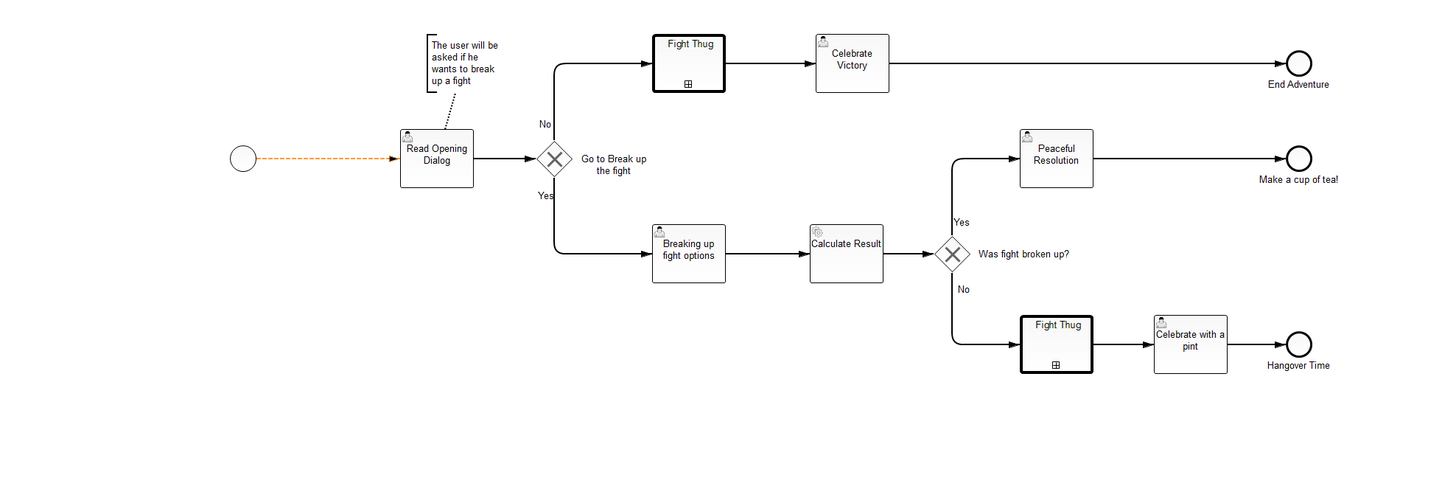
Before: src/main/resources/story-adventure.png, a diagram exported from BPMN (NPDeehan/bpmn-quest). Its source is kept beside it as src/main/resources/story-adventure.bpmn. Ids are renumbered.
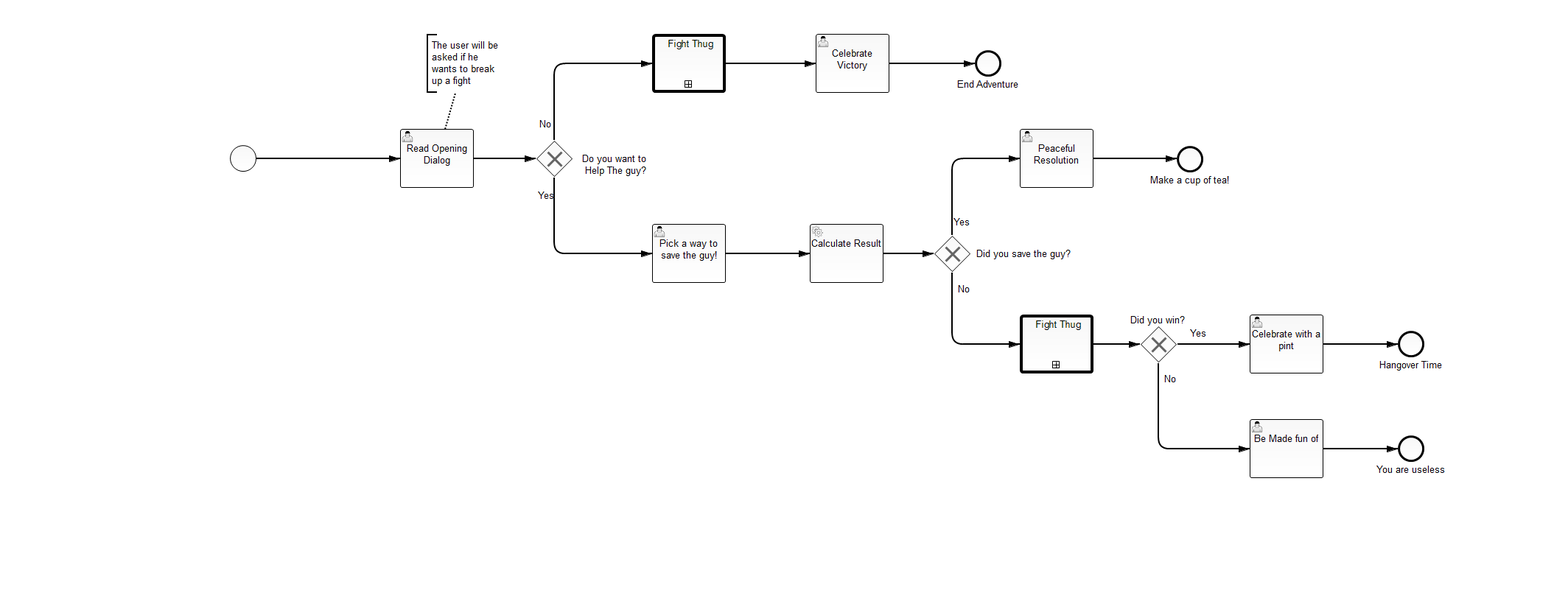
The same diagram one commit later.

Commit message:
added more story adventure stuff - :de:

The edit, as a diff of the source:
```diff
@@ -1,18 +1,25 @@
-<bpmn2:definitions xmlns:xsi="http://www.w3.org/2001/XMLSchema-instance" xmlns:bpmn2="http://www.omg.org/spec/BPMN/20100524/MODEL" xmlns:bpmndi="http://www.omg.org/spec/BPMN/20100524/DI" xmlns:dc="http://www.omg.org/spec/DD/20100524/DC" xmlns:di="http://www.omg.org/spec/DD/20100524/DI" xsi:schemaLocation="http://www.omg.org/spec/BPMN/20100524/MODEL BPMN20.xsd" id="_yEP_wEw3EeWgiPmbFRGXNA" exporter="camunda modeler" exporterVersion="2.7.0" targetNamespace="http://activiti.org/bpmn">
+<bpmn2:definitions xmlns:xsi="http://www.w3.org/2001/XMLSchema-instance" xmlns:bpmn2="http://www.omg.org/spec/BPMN/20100524/MODEL" xmlns:bpmndi="http://www.omg.org/spec/BPMN/20100524/DI" xmlns:camunda="http://activiti.org/bpmn" xmlns:dc="http://www.omg.org/spec/DD/20100524/DC" xmlns:di="http://www.omg.org/spec/DD/20100524/DI" xsi:schemaLocation="http://www.omg.org/spec/BPMN/20100524/MODEL BPMN20.xsd" id="_yEP_wEw3EeWgiPmbFRGXNA" exporter="camunda modeler" exporterVersion="2.7.0" targetNamespace="http://activiti.org/bpmn">
   <bpmn2:process id="Process_1" isExecutable="false">
     <bpmn2:userTask id="UserTask_n1" name="Read Opening Dialog">
+      <bpmn2:extensionElements>
+        <camunda:taskListener class="org.camunda.bpmn.quest.superStoryQuestOne.GenerateIntroDialog" event="create"/>
+      </bpmn2:extensionElements>
       <bpmn2:incoming>SequenceFlow_1</bpmn2:incoming>
       <bpmn2:outgoing>SequenceFlow_n2</bpmn2:outgoing>
     </bpmn2:userTask>
-    <bpmn2:exclusiveGateway id="ExclusiveGateway_n3" name="Go to Break up&#xA;the fight">
+    <bpmn2:exclusiveGateway id="ExclusiveGateway_n3" name="Do you want to&#xD;&#xA; Help The guy?">
       <bpmn2:incoming>SequenceFlow_n2</bpmn2:incoming>
       <bpmn2:outgoing>SequenceFlow_n4</bpmn2:outgoing>
       <bpmn2:outgoing>SequenceFlow_n5</bpmn2:outgoing>
     </bpmn2:exclusiveGateway>
     <bpmn2:sequenceFlow id="SequenceFlow_n2" sourceRef="UserTask_n1" targetRef="ExclusiveGateway_n3"/>
-    <bpmn2:sequenceFlow id="SequenceFlow_n4" name="No" sourceRef="ExclusiveGateway_n3" targetRef="CallActivity_n6"/>
-    <bpmn2:sequenceFlow id="SequenceFlow_n5" name="Yes" sourceRef="ExclusiveGateway_n3" targetRef="UserTask_n7"/>
-    <bpmn2:userTask id="UserTask_n7" name="Breaking up fight options">
+    <bpmn2:sequenceFlow id="SequenceFlow_n4" name="No" sourceRef="ExclusiveGateway_n3" targetRef="CallActivity_n6">
+      <bpmn2:conditionExpression xsi:type="bpmn2:tFormalExpression">#{characterChoice=='Keep Moving'}</bpmn2:conditionExpression>
+    </bpmn2:sequenceFlow>
+    <bpmn2:sequenceFlow id="SequenceFlow_n5" name="Yes" sourceRef="ExclusiveGateway_n3" targetRef="UserTask_n7">
+      <bpmn2:conditionExpression xsi:type="bpmn2:tFormalExpression">#{characterChoice=='Help'}</bpmn2:conditionExpression>
+    </bpmn2:sequenceFlow>
+    <bpmn2:userTask id="UserTask_n7" name="Pick a way to save the guy!">
       <bpmn2:incoming>SequenceFlow_n5</bpmn2:incoming>
       <bpmn2:outgoing>SequenceFlow_n8</bpmn2:outgoing>
     </bpmn2:userTask>
@@ -21,7 +28,7 @@
       <bpmn2:incoming>SequenceFlow_n8</bpmn2:incoming>
       <bpmn2:outgoing>SequenceFlow_n10</bpmn2:outgoing>
     </bpmn2:serviceTask>
-    <bpmn2:exclusiveGateway id="ExclusiveGateway_n11" name="Was fight broken up?">
+    <bpmn2:exclusiveGateway id="ExclusiveGateway_n11" name="Did you save the guy?">
       <bpmn2:incoming>SequenceFlow_n10</bpmn2:incoming>
       <bpmn2:outgoing>SequenceFlow_n12</bpmn2:outgoing>
       <bpmn2:outgoing>SequenceFlow_n13</bpmn2:outgoing>
@@ -35,19 +42,15 @@
     </bpmn2:userTask>
     <bpmn2:callActivity id="CallActivity_n15" name="Fight Thug">
       <bpmn2:incoming>SequenceFlow_n13</bpmn2:incoming>
-      <bpmn2:outgoing>SequenceFlow_n17</bpmn2:outgoing>
+      <bpmn2:outgoing>SequenceFlow_n28</bpmn2:outgoing>
     </bpmn2:callActivity>
     <bpmn2:callActivity id="CallActivity_n6" name="Fight Thug">
       <bpmn2:incoming>SequenceFlow_n4</bpmn2:incoming>
       <bpmn2:outgoing>SequenceFlow_n18</bpmn2:outgoing>
     </bpmn2:callActivity>
-    <bpmn2:sequenceFlow id="SequenceFlow_n17" sourceRef="CallActivity_n15" targetRef="UserTask_n19"/>
-    <bpmn2:endEvent id="EndEvent_n20" name="Make a cup of tea!">
-      <bpmn2:incoming>SequenceFlow_n16</bpmn2:incoming>
-    </bpmn2:endEvent>
     <bpmn2:sequenceFlow id="SequenceFlow_n16" sourceRef="UserTask_n14" targetRef="EndEvent_n20"/>
     <bpmn2:userTask id="UserTask_n19" name="Celebrate with a pint">
-      <bpmn2:incoming>SequenceFlow_n17</bpmn2:incoming>
+      <bpmn2:incoming>SequenceFlow_n29</bpmn2:incoming>
       <bpmn2:outgoing>SequenceFlow_n21</bpmn2:outgoing>
     </bpmn2:userTask>
     <bpmn2:endEvent id="EndEvent_n22" name="Hangover Time">
@@ -59,14 +62,33 @@
       <bpmn2:incoming>SequenceFlow_n18</bpmn2:incoming>
       <bpmn2:outgoing>SequenceFlow_n24</bpmn2:outgoing>
     </bpmn2:userTask>
-    <bpmn2:endEvent id="EndEvent_n25" name="End Adventure">
-      <bpmn2:incoming>SequenceFlow_n24</bpmn2:incoming>
-    </bpmn2:endEvent>
     <bpmn2:sequenceFlow id="SequenceFlow_n24" sourceRef="UserTask_n23" targetRef="EndEvent_n25"/>
     <bpmn2:startEvent id="StartEvent_1">
       <bpmn2:outgoing>SequenceFlow_1</bpmn2:outgoing>
     </bpmn2:startEvent>
     <bpmn2:sequenceFlow id="SequenceFlow_1" name="" sourceRef="StartEvent_1" targetRef="UserTask_n1"/>
+    <bpmn2:exclusiveGateway id="ExclusiveGateway_n30" name="Did you win?">
+      <bpmn2:incoming>SequenceFlow_n28</bpmn2:incoming>
+      <bpmn2:outgoing>SequenceFlow_n29</bpmn2:outgoing>
+      <bpmn2:outgoing>SequenceFlow_n31</bpmn2:outgoing>
+    </bpmn2:exclusiveGateway>
+    <bpmn2:sequenceFlow id="SequenceFlow_n28" sourceRef="CallActivity_n15" targetRef="ExclusiveGateway_n30"/>
+    <bpmn2:sequenceFlow id="SequenceFlow_n29" name="Yes" sourceRef="ExclusiveGateway_n30" targetRef="UserTask_n19"/>
+    <bpmn2:sequenceFlow id="SequenceFlow_n31" name="No" sourceRef="ExclusiveGateway_n30" targetRef="UserTask_n32"/>
+    <bpmn2:endEvent id="EndEvent_n33" name="You are useless">
+      <bpmn2:incoming>SequenceFlow_n34</bpmn2:incoming>
+    </bpmn2:endEvent>
+    <bpmn2:sequenceFlow id="SequenceFlow_n34" sourceRef="UserTask_n32" targetRef="EndEvent_n33"/>
+    <bpmn2:userTask id="UserTask_n32" name="Be Made fun of">
+      <bpmn2:incoming>SequenceFlow_n31</bpmn2:incoming>
+      <bpmn2:outgoing>SequenceFlow_n34</bpmn2:outgoing>
+    </bpmn2:userTask>
+    <bpmn2:endEvent id="EndEvent_n25" name="End Adventure">
+      <bpmn2:incoming>SequenceFlow_n24</bpmn2:incoming>
+    </bpmn2:endEvent>
+    <bpmn2:endEvent id="EndEvent_n20" name="Make a cup of tea!">
+      <bpmn2:incoming>SequenceFlow_n16</bpmn2:incoming>
+    </bpmn2:endEvent>
     <bpmn2:textAnnotation id="TextAnnotation_n26">
       <bpmn2:text>The user will be asked if he wants to break up a fight</bpmn2:text>
     </bpmn2:textAnnotation>
@@ -170,40 +192,33 @@
       <bpmndi:BPMNShape id="CallActivity_n6_di" bpmnElement="CallActivity_n6">
         <dc:Bounds height="80.0" width="100.0" x="885.329" y="46.0"/>
       </bpmndi:BPMNShape>
-      <bpmndi:BPMNEdge id="SequenceFlow_n17_di" bpmnElement="SequenceFlow_n17">
-        <di:waypoint xsi:type="dc:Point" x="1484.0" y="467.0"/>
-        <di:waypoint xsi:type="dc:Point" x="1566.0" y="467.0"/>
+      <bpmndi:BPMNShape id="EndEvent_n20_di" bpmnElement="EndEvent_n20">
+        <dc:Bounds height="36.0" width="36.0" x="1597.0" y="198.0"/>
         <bpmndi:BPMNLabel>
-          <dc:Bounds height="20.0" width="90.0" x="1480.0" y="457.0"/>
-        </bpmndi:BPMNLabel>
-      </bpmndi:BPMNEdge>
-      <bpmndi:BPMNShape id="EndEvent_n20_di" bpmnElement="EndEvent_n20">
-        <dc:Bounds height="36.0" width="36.0" x="1745.329" y="197.0"/>
-        <bpmndi:BPMNLabel>
-          <dc:Bounds height="20.0" width="90.0" x="1718.329" y="233.0"/>
+          <dc:Bounds height="22.0" width="113.0" x="1559.0" y="234.0"/>
         </bpmndi:BPMNLabel>
       </bpmndi:BPMNShape>
       <bpmndi:BPMNEdge id="SequenceFlow_n16_di" bpmnElement="SequenceFlow_n16">
         <di:waypoint xsi:type="dc:Point" x="1484.0" y="215.0"/>
-        <di:waypoint xsi:type="dc:Point" x="1745.0" y="215.0"/>
+        <di:waypoint xsi:type="dc:Point" x="1597.0" y="216.0"/>
         <bpmndi:BPMNLabel>
-          <dc:Bounds height="20.0" width="90.0" x="1491.5" y="205.0"/>
+          <dc:Bounds height="0.0" width="0.0" x="1536.0" y="205.0"/>
         </bpmndi:BPMNLabel>
       </bpmndi:BPMNEdge>
       <bpmndi:BPMNShape id="UserTask_n19_di" bpmnElement="UserTask_n19">
-        <dc:Bounds height="80.0" width="100.0" x="1566.329" y="427.0"/>
+        <dc:Bounds height="80.0" width="100.0" x="1696.0" y="427.0"/>
       </bpmndi:BPMNShape>
       <bpmndi:BPMNShape id="EndEvent_n22_di" bpmnElement="EndEvent_n22">
-        <dc:Bounds height="36.0" width="36.0" x="1745.329" y="449.0"/>
+        <dc:Bounds height="36.0" width="36.0" x="1897.0" y="449.0"/>
         <bpmndi:BPMNLabel>
-          <dc:Bounds height="20.0" width="90.0" x="1718.329" y="485.0"/>
+          <dc:Bounds height="20.0" width="90.0" x="1870.0" y="485.0"/>
         </bpmndi:BPMNLabel>
       </bpmndi:BPMNShape>
       <bpmndi:BPMNEdge id="SequenceFlow_n21_di" bpmnElement="SequenceFlow_n21">
-        <di:waypoint xsi:type="dc:Point" x="1666.0" y="467.0"/>
-        <di:waypoint xsi:type="dc:Point" x="1745.0" y="467.0"/>
+        <di:waypoint xsi:type="dc:Point" x="1796.0" y="467.0"/>
+        <di:waypoint xsi:type="dc:Point" x="1897.0" y="467.0"/>
         <bpmndi:BPMNLabel>
-          <dc:Bounds height="20.0" width="90.0" x="1660.5" y="457.0"/>
+          <dc:Bounds height="20.0" width="90.0" x="1813.0" y="457.0"/>
         </bpmndi:BPMNLabel>
       </bpmndi:BPMNEdge>
       <bpmndi:BPMNEdge id="SequenceFlow_n18_di" bpmnElement="SequenceFlow_n18">
@@ -217,22 +232,66 @@
         <dc:Bounds height="80.0" width="100.0" x="1107.329" y="46.0"/>
       </bpmndi:BPMNShape>
       <bpmndi:BPMNShape id="EndEvent_n25_di" bpmnElement="EndEvent_n25">
-        <dc:Bounds height="36.0" width="36.0" x="1745.0" y="68.0"/>
+        <dc:Bounds height="36.0" width="36.0" x="1323.0" y="68.0"/>
         <bpmndi:BPMNLabel>
-          <dc:Bounds height="20.0" width="90.0" x="1718.0" y="104.0"/>
+          <dc:Bounds height="22.0" width="90.0" x="1296.0" y="104.0"/>
         </bpmndi:BPMNLabel>
       </bpmndi:BPMNShape>
       <bpmndi:BPMNEdge id="SequenceFlow_n24_di" bpmnElement="SequenceFlow_n24">
         <di:waypoint xsi:type="dc:Point" x="1207.0" y="86.0"/>
-        <di:waypoint xsi:type="dc:Point" x="1745.0" y="86.0"/>
+        <di:waypoint xsi:type="dc:Point" x="1323.0" y="86.0"/>
         <bpmndi:BPMNLabel>
-          <dc:Bounds height="20.0" width="90.0" x="1328.5" y="76.0"/>
+          <dc:Bounds height="0.0" width="0.0" x="1265.0" y="86.0"/>
         </bpmndi:BPMNLabel>
       </bpmndi:BPMNEdge>
       <bpmndi:BPMNEdge id="BPMNEdge_SequenceFlow_1" bpmnElement="SequenceFlow_1" sourceElement="_BPMNShape_StartEvent_5" targetElement="UserTask_n1_di">
         <di:waypoint xsi:type="dc:Point" x="348.0" y="215.0"/>
         <di:waypoint xsi:type="dc:Point" x="543.0" y="215.0"/>
       </bpmndi:BPMNEdge>
+      <bpmndi:BPMNShape id="ExclusiveGateway_n30_di" bpmnElement="ExclusiveGateway_n30" isMarkerVisible="true">
+        <dc:Bounds height="50.0" width="50.0" x="1547.0" y="442.0"/>
+        <bpmndi:BPMNLabel>
+          <dc:Bounds height="20.0" width="90.0" x="1527.0" y="424.0"/>
+        </bpmndi:BPMNLabel>
+      </bpmndi:BPMNShape>
+      <bpmndi:BPMNEdge id="SequenceFlow_n28_di" bpmnElement="SequenceFlow_n28">
+        <di:waypoint xsi:type="dc:Point" x="1484.0" y="467.0"/>
+        <di:waypoint xsi:type="dc:Point" x="1547.0" y="467.0"/>
+        <bpmndi:BPMNLabel>
+          <dc:Bounds height="20.0" width="90.0" x="1470.5" y="457.0"/>
+        </bpmndi:BPMNLabel>
+      </bpmndi:BPMNEdge>
+      <bpmndi:BPMNEdge id="SequenceFlow_n29_di" bpmnElement="SequenceFlow_n29">
+        <di:waypoint xsi:type="dc:Point" x="1597.0" y="467.0"/>
+        <di:waypoint xsi:type="dc:Point" x="1696.0" y="467.0"/>
+        <bpmndi:BPMNLabel>
+          <dc:Bounds height="20.0" width="90.0" x="1581.5" y="442.0"/>
+        </bpmndi:BPMNLabel>
+      </bpmndi:BPMNEdge>
+      <bpmndi:BPMNEdge id="SequenceFlow_n31_di" bpmnElement="SequenceFlow_n31">
+        <di:waypoint xsi:type="dc:Point" x="1572.0" y="492.0"/>
+        <di:waypoint xsi:type="dc:Point" x="1572.0" y="609.0"/>
+        <di:waypoint xsi:type="dc:Point" x="1696.0" y="609.0"/>
+        <bpmndi:BPMNLabel>
+          <dc:Bounds height="20.0" width="90.0" x="1544.0" y="504.5"/>
+        </bpmndi:BPMNLabel>
+      </bpmndi:BPMNEdge>
+      <bpmndi:BPMNShape id="EndEvent_n33_di" bpmnElement="EndEvent_n33">
+        <dc:Bounds height="36.0" width="36.0" x="1897.0" y="591.0"/>
+        <bpmndi:BPMNLabel>
+          <dc:Bounds height="20.0" width="90.0" x="1870.0" y="627.0"/>
+        </bpmndi:BPMNLabel>
+      </bpmndi:BPMNShape>
+      <bpmndi:BPMNEdge id="SequenceFlow_n34_di" bpmnElement="SequenceFlow_n34">
+        <di:waypoint xsi:type="dc:Point" x="1796.0" y="609.0"/>
+        <di:waypoint xsi:type="dc:Point" x="1897.0" y="609.0"/>
+        <bpmndi:BPMNLabel>
+          <dc:Bounds height="20.0" width="90.0" x="1801.5" y="599.0"/>
+        </bpmndi:BPMNLabel>
+      </bpmndi:BPMNEdge>
+      <bpmndi:BPMNShape id="UserTask_n32_di" bpmnElement="UserTask_n32">
+        <dc:Bounds height="80.0" width="100.0" x="1696.0" y="569.0"/>
+      </bpmndi:BPMNShape>
     </bpmndi:BPMNPlane>
   </bpmndi:BPMNDiagram>
 </bpmn2:definitions>
```
